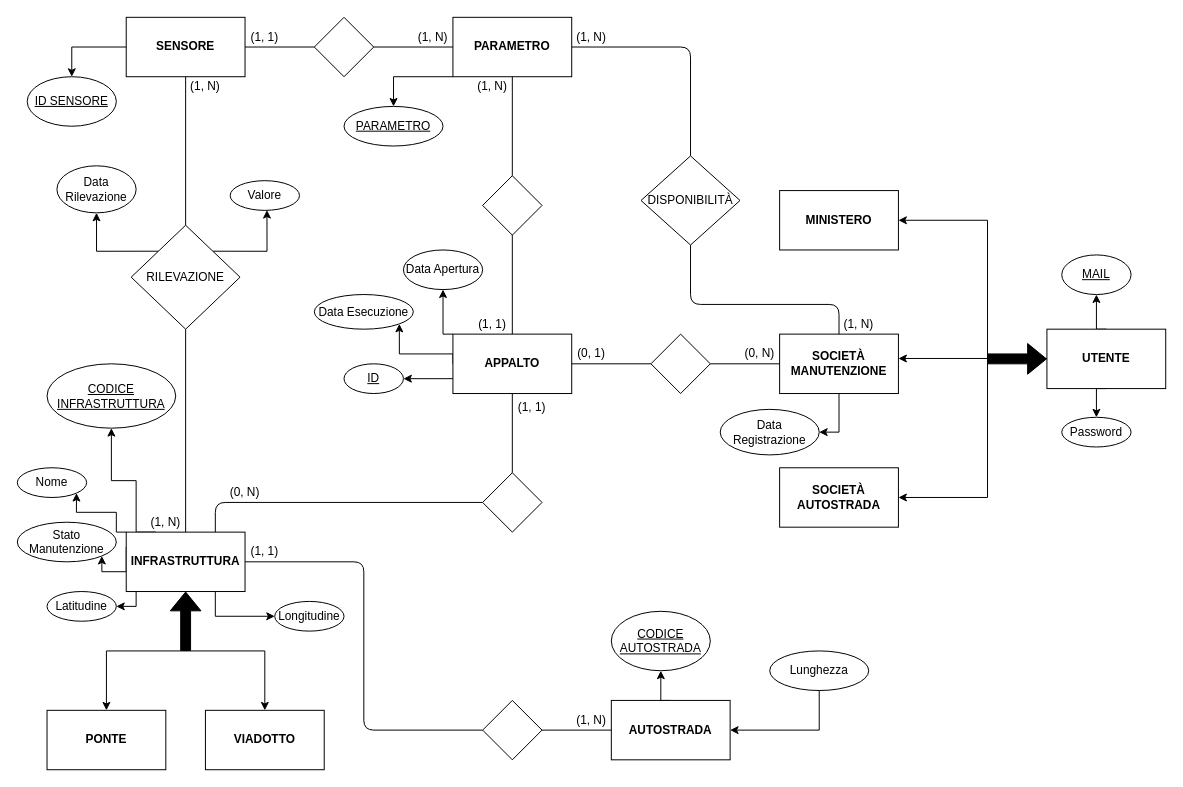
Earlier version of the draw.io diagram schemi/database/ER.drawio (LBartolini/Maturita2021). Source tidied: cells renumbered, new cells numbered last; positions are measured from the earlier drawing's top-left corner, leaving out a move shared by most shapes. Both pictures are drawn from the tidied source at 99%, with x=0, y=0 at pixel (17, 17).
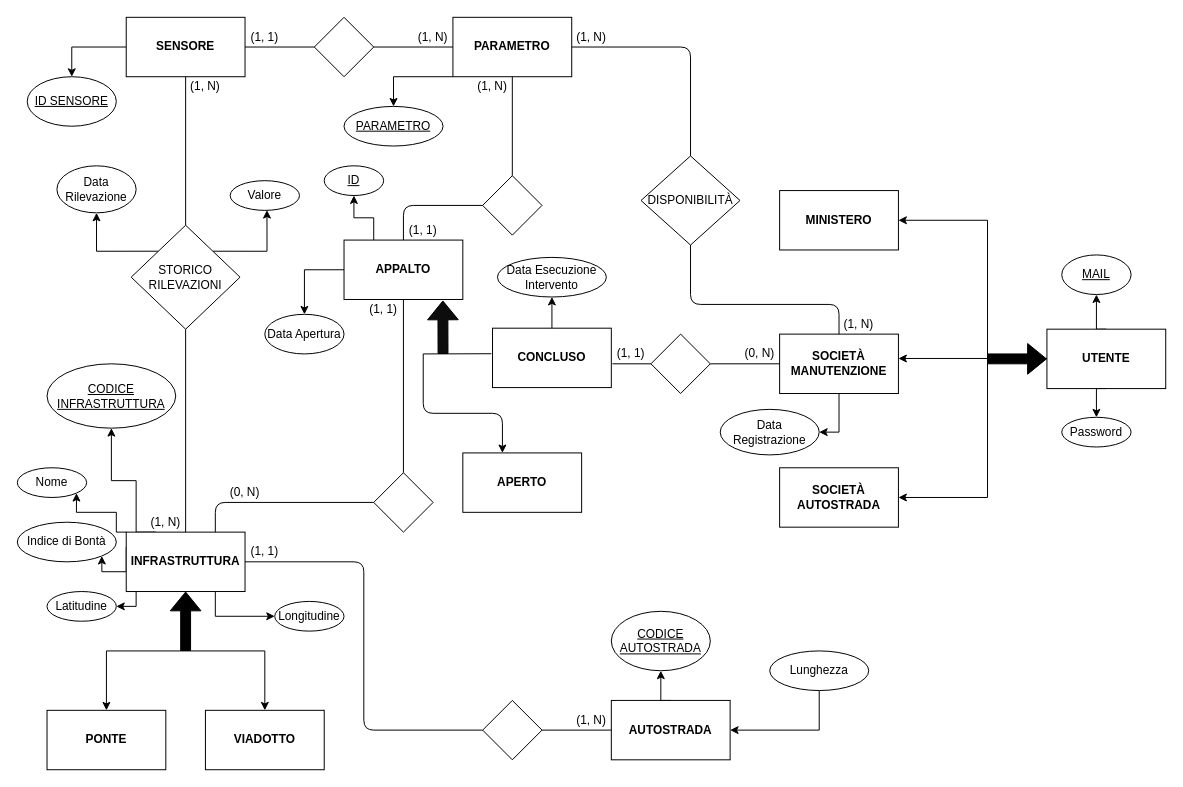
After the change.

Commit message (it also covers changes not shown here):
modificato schema er, aggiunto er ristrutturato e modello relazionale

Unchanged cells that the change refers to:
```xml
<mxCell id="43" style="rhombus;whiteSpace=wrap;html=1;rounded=0;comic=0;" parent="1" vertex="1">
  <mxGeometry x="470" y="160" width="60" height="60" as="geometry" />
</mxCell>
<mxCell id="44" style="rhombus;whiteSpace=wrap;html=1;rounded=0;comic=0;" parent="1" vertex="1">
  <mxGeometry x="640" y="320" width="60" height="60" as="geometry" />
</mxCell>
```

What changed in the source:
```diff
@@
-    <mxCell id="29" style="edgeStyle=orthogonalEdgeStyle;rounded=0;jettySize=auto;html=1;exitX=0;exitY=0.75;exitDx=0;exitDy=0;entryX=1;entryY=0.5;entryDx=0;entryDy=0;" parent="1" edge="1" source="32" target="84">
+    <mxCell id="29" style="edgeStyle=orthogonalEdgeStyle;rounded=0;jettySize=auto;html=1;exitX=0.25;exitY=0;exitDx=0;exitDy=0;entryX=0.5;entryY=1;entryDx=0;entryDy=0;" parent="1" edge="1" source="32" target="84">
       <mxGeometry relative="1" as="geometry" />
     </mxCell>
-    <mxCell id="30" style="edgeStyle=orthogonalEdgeStyle;rounded=0;jettySize=auto;html=1;exitX=0;exitY=0.5;exitDx=0;exitDy=0;entryX=1;entryY=1;entryDx=0;entryDy=0;" parent="1" edge="1" source="32" target="83">
-      <mxGeometry relative="1" as="geometry">
-        <Array as="points">
-          <mxPoint x="440" y="340" />
-          <mxPoint x="386" y="340" />
-        </Array>
-      </mxGeometry>
-    </mxCell>
-    <mxCell id="31" style="edgeStyle=orthogonalEdgeStyle;rounded=0;jettySize=auto;html=1;exitX=0;exitY=0;exitDx=0;exitDy=0;entryX=0.5;entryY=1;entryDx=0;entryDy=0;" parent="1" edge="1" source="32" target="82">
-      <mxGeometry relative="1" as="geometry">
-        <Array as="points">
-          <mxPoint x="430" y="320" />
-        </Array>
-      </mxGeometry>
+    <mxCell id="31" style="edgeStyle=orthogonalEdgeStyle;rounded=0;jettySize=auto;html=1;exitX=0;exitY=0.5;exitDx=0;exitDy=0;entryX=0.5;entryY=0;entryDx=0;entryDy=0;" parent="1" edge="1" source="32" target="82">
+      <mxGeometry relative="1" as="geometry" />
     </mxCell>
     <mxCell id="32" value="&lt;b&gt;APPALTO&lt;/b&gt;" style="rounded=0;whiteSpace=wrap;html=1;comic=0;" parent="1" vertex="1">
-      <mxGeometry x="440" y="320" width="120" height="60" as="geometry" />
+      <mxGeometry x="330" y="225" width="120" height="60" as="geometry" />
     </mxCell>
@@
-    <mxCell id="45" style="endArrow=none;html=1;fillColor=#000000;exitX=0;exitY=1;exitDx=0;exitDy=0;entryX=0;entryY=0.5;entryDx=0;entryDy=0;" parent="1" edge="1" source="46" target="44">
+    <mxCell id="45" style="endArrow=none;html=1;fillColor=#000000;exitX=1.009;exitY=0.6;exitDx=0;exitDy=0;entryX=0;entryY=0.5;entryDx=0;entryDy=0;exitPerimeter=0;" parent="1" edge="1" source="106" target="44">
       <mxGeometry relative="1" as="geometry" />
     </mxCell>
-    <mxCell id="46" value="(0, 1)" style="text;html=1;strokeColor=none;fillColor=none;align=center;verticalAlign=middle;whiteSpace=wrap;rounded=0;comic=0;" parent="1" vertex="1">
-      <mxGeometry x="560" y="330" width="40" height="20" as="geometry" />
+    <mxCell id="46" value="(1, 1)" style="text;html=1;strokeColor=none;fillColor=none;align=center;verticalAlign=middle;whiteSpace=wrap;rounded=0;comic=0;" parent="1" vertex="1">
+      <mxGeometry x="600" y="330" width="40" height="20" as="geometry" />
     </mxCell>
@@
-    <mxCell id="53" style="endArrow=none;html=1;fillColor=#000000;exitX=0.5;exitY=0;exitDx=0;exitDy=0;" parent="1" edge="1" source="32">
+    <mxCell id="53" style="endArrow=none;html=1;fillColor=#000000;exitX=0.5;exitY=0;exitDx=0;exitDy=0;entryX=0;entryY=0.5;entryDx=0;entryDy=0;" parent="1" edge="1" source="32" target="43">
       <mxGeometry relative="1" as="geometry">
-        <mxPoint x="500" y="220" as="targetPoint" />
+        <Array as="points">
+          <mxPoint x="390" y="190" />
+        </Array>
       </mxGeometry>
     </mxCell>
@@
     <mxCell id="57" style="rhombus;whiteSpace=wrap;html=1;rounded=0;comic=0;" parent="1" vertex="1">
-      <mxGeometry x="470" y="460" width="60" height="60" as="geometry" />
+      <mxGeometry x="360" y="460" width="60" height="60" as="geometry" />
     </mxCell>
@@
     <mxCell id="61" value="(1, 1)" style="text;html=1;strokeColor=none;fillColor=none;align=center;verticalAlign=middle;whiteSpace=wrap;rounded=0;comic=0;" parent="1" vertex="1">
-      <mxGeometry x="500" y="384" width="40" height="20" as="geometry" />
+      <mxGeometry x="350" y="285" width="40" height="20" as="geometry" />
     </mxCell>
@@
     <mxCell id="67" value="(1, 1)" style="text;html=1;strokeColor=none;fillColor=none;align=center;verticalAlign=middle;whiteSpace=wrap;rounded=0;comic=0;" parent="1" vertex="1">
-      <mxGeometry x="460" y="300" width="40" height="20" as="geometry" />
+      <mxGeometry x="390" y="205" width="40" height="20" as="geometry" />
     </mxCell>
@@
-    <mxCell id="73" value="RILEVAZIONE" style="text;html=1;strokeColor=none;fillColor=none;align=center;verticalAlign=middle;whiteSpace=wrap;rounded=0;comic=0;" parent="1" vertex="1">
+    <mxCell id="73" value="STORICO&lt;br&gt;RILEVAZIONI" style="text;html=1;strokeColor=none;fillColor=none;align=center;verticalAlign=middle;whiteSpace=wrap;rounded=0;comic=0;" parent="1" vertex="1">
       <mxGeometry x="150" y="252.5" width="40" height="20" as="geometry" />
     </mxCell>
@@
-    <mxCell id="78" value="Stato Manutenzione" style="ellipse;whiteSpace=wrap;html=1;align=center;" parent="1" vertex="1">
+    <mxCell id="78" value="Indice di Bontà" style="ellipse;whiteSpace=wrap;html=1;align=center;" parent="1" vertex="1">
       <mxGeometry y="510" width="100" height="40" as="geometry" />
     </mxCell>
@@
     <mxCell id="82" value="Data Apertura" style="ellipse;whiteSpace=wrap;html=1;align=center;" parent="1" vertex="1">
-      <mxGeometry x="390" y="235" width="80" height="40" as="geometry" />
+      <mxGeometry x="250" y="300" width="80" height="40" as="geometry" />
     </mxCell>
-    <mxCell id="83" value="Data Esecuzione" style="ellipse;whiteSpace=wrap;html=1;align=center;" parent="1" vertex="1">
-      <mxGeometry x="300" y="280" width="100" height="35" as="geometry" />
-    </mxCell>
     <mxCell id="84" value="ID" style="ellipse;whiteSpace=wrap;html=1;align=center;fontStyle=4;" parent="1" vertex="1">
-      <mxGeometry x="330" y="350" width="60" height="30" as="geometry" />
+      <mxGeometry x="310" y="150" width="60" height="30" as="geometry" />
     </mxCell>
@@
+    <mxCell id="101" style="shape=flexArrow;endArrow=classic;html=1;entryX=0.832;entryY=1.017;entryDx=0;entryDy=0;entryPerimeter=0;fillColor=#0D0D0D;" parent="1" edge="1" target="32">
+      <mxGeometry relative="1" as="geometry">
+        <mxPoint x="430" y="340" as="sourcePoint" />
+      </mxGeometry>
+    </mxCell>
+    <mxCell id="102" style="endArrow=none;html=1;fillColor=#0D0D0D;entryX=-0.01;entryY=0.43;entryDx=0;entryDy=0;entryPerimeter=0;" parent="1" edge="1" target="106">
+      <mxGeometry relative="1" as="geometry">
+        <mxPoint x="410" y="340" as="sourcePoint" />
+      </mxGeometry>
+    </mxCell>
+    <mxCell id="103" style="endArrow=classic;html=1;fillColor=#0D0D0D;" parent="1" edge="1">
+      <mxGeometry relative="1" as="geometry">
+        <mxPoint x="410" y="340" as="sourcePoint" />
+        <mxPoint x="490" y="440" as="targetPoint" />
+        <Array as="points">
+          <mxPoint x="410" y="400" />
+          <mxPoint x="490" y="400" />
+        </Array>
+      </mxGeometry>
+    </mxCell>
+    <mxCell id="104" style="rounded=0;whiteSpace=wrap;html=1;comic=0;" parent="1" vertex="1">
+      <mxGeometry x="450" y="440" width="120" height="60" as="geometry" />
+    </mxCell>
+    <mxCell id="105" value="&lt;b&gt;APERTO&lt;/b&gt;" style="text;html=1;strokeColor=none;fillColor=none;align=center;verticalAlign=middle;whiteSpace=wrap;rounded=0;comic=0;" parent="1" vertex="1">
+      <mxGeometry x="470" y="455" width="80" height="30" as="geometry" />
+    </mxCell>
+    <mxCell id="106" style="rounded=0;whiteSpace=wrap;html=1;comic=0;" parent="1" vertex="1">
+      <mxGeometry x="480" y="314" width="120" height="60" as="geometry" />
+    </mxCell>
+    <mxCell id="107" value="&lt;b&gt;CONCLUSO&lt;/b&gt;" style="text;html=1;strokeColor=none;fillColor=none;align=center;verticalAlign=middle;whiteSpace=wrap;rounded=0;comic=0;" parent="1" vertex="1">
+      <mxGeometry x="500" y="329" width="80" height="30" as="geometry" />
+    </mxCell>
+    <mxCell id="108" value="Data Esecuzione Intervento" style="ellipse;whiteSpace=wrap;html=1;align=center;" parent="1" vertex="1">
+      <mxGeometry x="485" y="242.5" width="110" height="40" as="geometry" />
+    </mxCell>
+    <mxCell id="109" style="endArrow=classic;html=1;fillColor=#0D0D0D;entryX=0.5;entryY=1;entryDx=0;entryDy=0;exitX=0.5;exitY=0;exitDx=0;exitDy=0;" parent="1" edge="1" source="106" target="108">
+      <mxGeometry relative="1" as="geometry" />
+    </mxCell>
```
